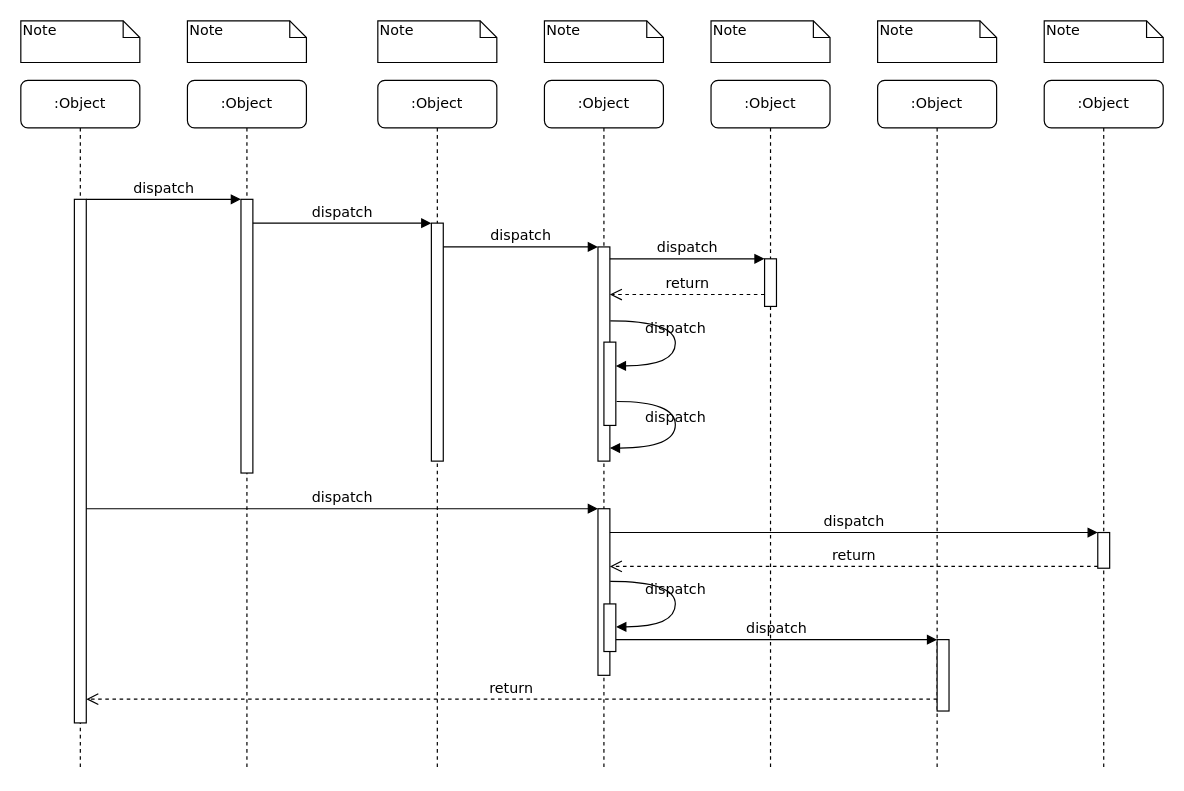
Earlier version of the draw.io diagram 时序图.drawio (maxfanfan/mydraw). Source tidied: cells renumbered, new cells numbered last; positions are measured from the earlier drawing's top-left corner, leaving out a move shared by most shapes. Both pictures are drawn from the tidied source at 119%, with x=0, y=0 at pixel (20, 20).
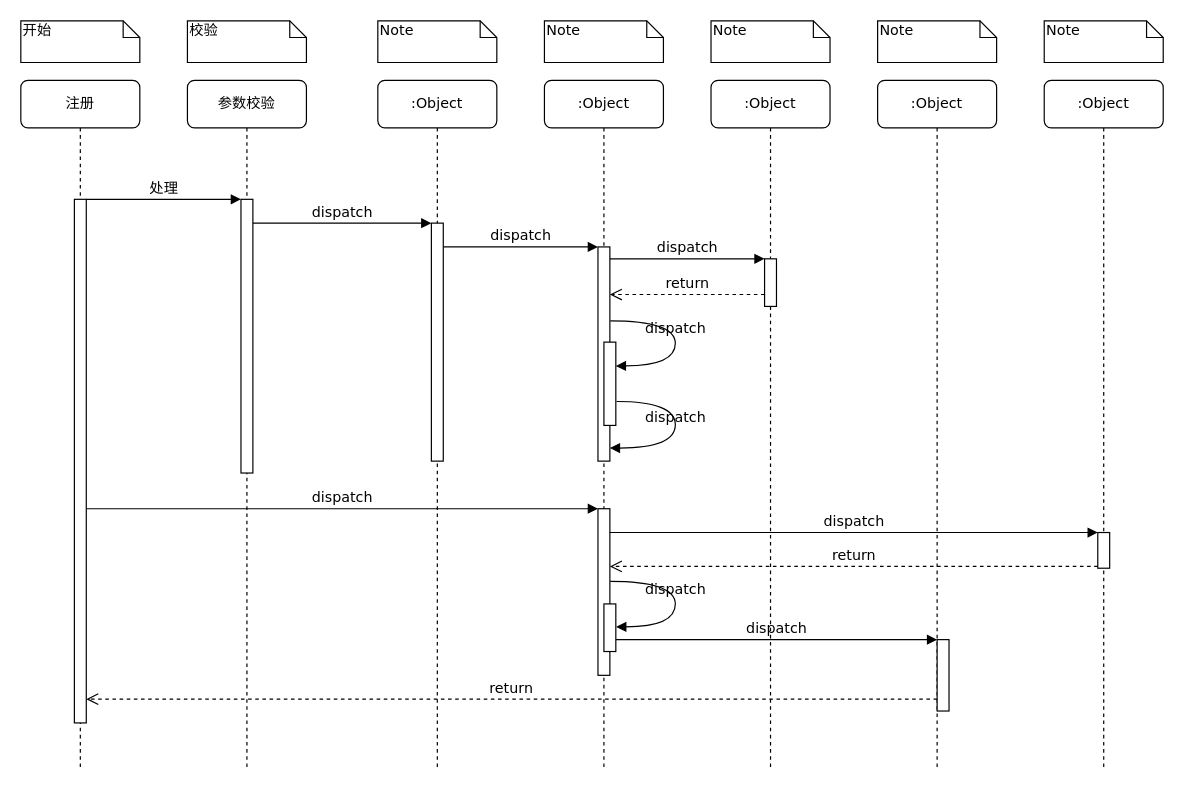
After the change.

Commit message:
更新时序图.drawio

Unchanged cells that the change refers to:
```xml
<mxCell id="3" style="html=1;points=[];perimeter=orthogonalPerimeter;rounded=0;shadow=0;comic=0;labelBackgroundColor=none;strokeWidth=1;fontFamily=Verdana;fontSize=12;align=center;" parent="2" vertex="1">
  <mxGeometry x="45" y="100" width="10" height="230" as="geometry" />
</mxCell>
<mxCell id="11" style="html=1;points=[];perimeter=orthogonalPerimeter;rounded=0;shadow=0;comic=0;labelBackgroundColor=none;strokeWidth=1;fontFamily=Verdana;fontSize=12;align=center;" parent="10" vertex="1">
  <mxGeometry x="45" y="100" width="10" height="440" as="geometry" />
</mxCell>
```

Diff of the diagram source:
```diff
@@
-    <mxCell id="2" value=":Object" style="shape=umlLifeline;perimeter=lifelinePerimeter;whiteSpace=wrap;html=1;rounded=1;shadow=0;comic=0;labelBackgroundColor=none;strokeWidth=1;fontFamily=Verdana;fontSize=12;align=center;" parent="1" vertex="1">
+    <mxCell id="2" value="参数校验" style="shape=umlLifeline;perimeter=lifelinePerimeter;whiteSpace=wrap;html=1;rounded=1;shadow=0;comic=0;labelBackgroundColor=none;strokeWidth=1;fontFamily=Verdana;fontSize=12;align=center;" parent="1" vertex="1">
       <mxGeometry x="140" y="50" width="100" height="580" as="geometry" />
     </mxCell>
@@
-    <mxCell id="10" value=":Object" style="shape=umlLifeline;perimeter=lifelinePerimeter;whiteSpace=wrap;html=1;rounded=1;shadow=0;comic=0;labelBackgroundColor=none;strokeWidth=1;fontFamily=Verdana;fontSize=12;align=center;" parent="1" vertex="1">
+    <mxCell id="10" value="注册" style="shape=umlLifeline;perimeter=lifelinePerimeter;whiteSpace=wrap;html=1;rounded=1;shadow=0;comic=0;labelBackgroundColor=none;strokeWidth=1;fontFamily=Verdana;fontSize=12;align=center;" parent="1" vertex="1">
       <mxGeometry y="50" width="100" height="580" as="geometry" />
     </mxCell>
@@
-    <mxCell id="25" value="dispatch" style="html=1;verticalAlign=bottom;endArrow=block;entryX=0;entryY=0;labelBackgroundColor=none;fontFamily=Verdana;fontSize=12;edgeStyle=elbowEdgeStyle;elbow=vertical;" parent="1" edge="1" source="11" target="3">
+    <mxCell id="25" value="处理" style="html=1;verticalAlign=bottom;endArrow=block;entryX=0;entryY=0;labelBackgroundColor=none;fontFamily=Verdana;fontSize=12;edgeStyle=elbowEdgeStyle;elbow=vertical;" parent="1" edge="1" source="11" target="3">
       <mxGeometry relative="1" as="geometry" />
     </mxCell>
@@
-    <mxCell id="32" value="Note" style="shape=note;whiteSpace=wrap;html=1;size=14;verticalAlign=top;align=left;spacingTop=-6;rounded=0;shadow=0;comic=0;labelBackgroundColor=none;strokeWidth=1;fontFamily=Verdana;fontSize=12;" parent="1" vertex="1">
+    <mxCell id="32" value="开始" style="shape=note;whiteSpace=wrap;html=1;size=14;verticalAlign=top;align=left;spacingTop=-6;rounded=0;shadow=0;comic=0;labelBackgroundColor=none;strokeWidth=1;fontFamily=Verdana;fontSize=12;" parent="1" vertex="1">
       <mxGeometry width="100" height="35" as="geometry" />
     </mxCell>
-    <mxCell id="33" value="Note" style="shape=note;whiteSpace=wrap;html=1;size=14;verticalAlign=top;align=left;spacingTop=-6;rounded=0;shadow=0;comic=0;labelBackgroundColor=none;strokeWidth=1;fontFamily=Verdana;fontSize=12;" parent="1" vertex="1">
+    <mxCell id="33" value="校验" style="shape=note;whiteSpace=wrap;html=1;size=14;verticalAlign=top;align=left;spacingTop=-6;rounded=0;shadow=0;comic=0;labelBackgroundColor=none;strokeWidth=1;fontFamily=Verdana;fontSize=12;" parent="1" vertex="1">
       <mxGeometry x="140" width="100" height="35" as="geometry" />
     </mxCell>
```
